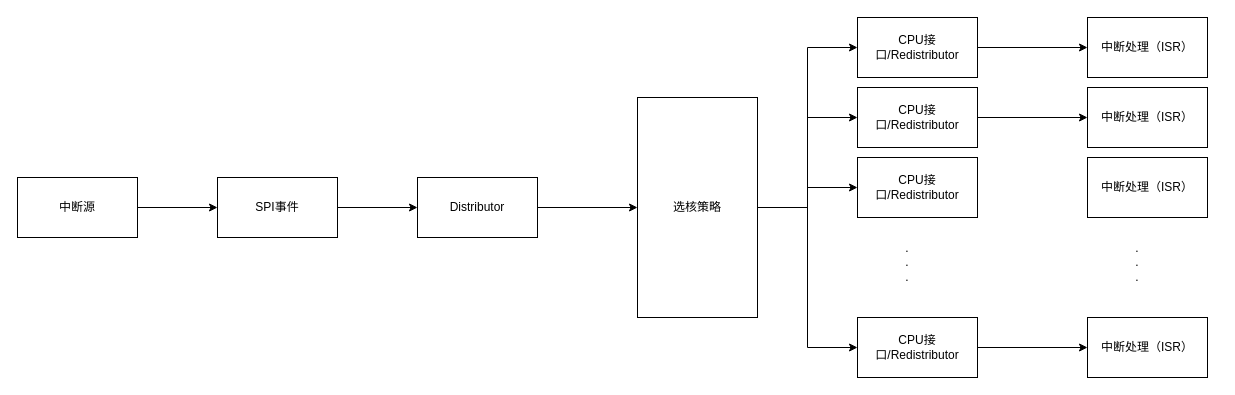
LQ0623/draw_io_picture keeps this draw.io diagram as store_picture/1-of-N.drawio. Above is the earlier version. Source tidied: cells renumbered, new cells numbered last; positions are measured from the earlier drawing's top-left corner, leaving out a move shared by most shapes. Both pictures are drawn from the tidied source at 100%, with x=0, y=0 at pixel (17, 17).
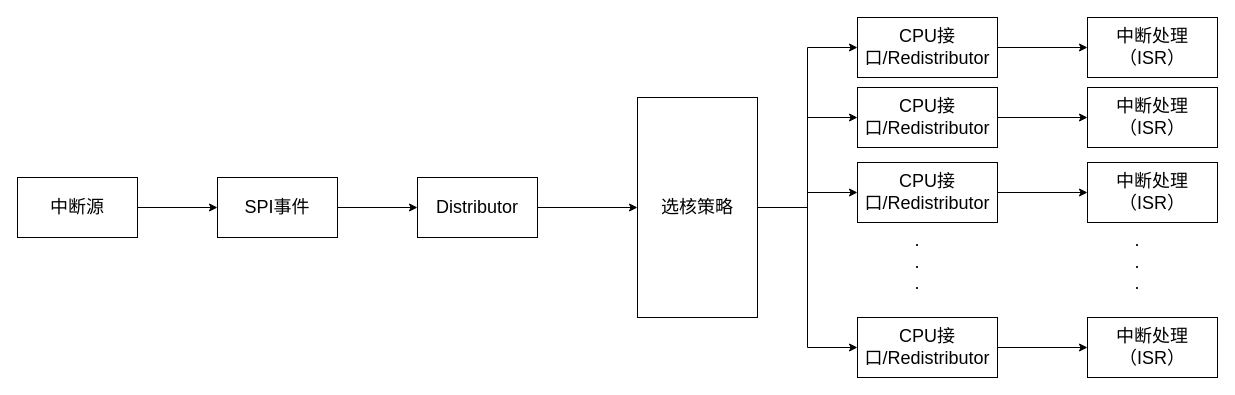
Above is the later version.

What changed in the source:
```diff
@@
-    <mxCell id="2" style="edgeStyle=orthogonalEdgeStyle;rounded=0;jettySize=auto;html=1;exitX=1;exitY=0.5;exitDx=0;exitDy=0;entryX=0;entryY=0.5;entryDx=0;entryDy=0;" parent="1" edge="1" source="3" target="5">
+    <mxCell id="2" style="edgeStyle=orthogonalEdgeStyle;rounded=0;jettySize=auto;html=1;exitX=1;exitY=0.5;exitDx=0;exitDy=0;entryX=0;entryY=0.5;entryDx=0;entryDy=0;fontSize=18;" parent="1" edge="1" source="3" target="5">
       <mxGeometry relative="1" as="geometry" />
     </mxCell>
-    <mxCell id="3" value="中断源" style="rounded=0;whiteSpace=wrap;html=1;" parent="1" vertex="1">
+    <mxCell id="3" value="中断源" style="rounded=0;whiteSpace=wrap;html=1;fontSize=18;" parent="1" vertex="1">
       <mxGeometry y="160" width="120" height="60" as="geometry" />
     </mxCell>
-    <mxCell id="4" style="edgeStyle=orthogonalEdgeStyle;rounded=0;jettySize=auto;html=1;exitX=1;exitY=0.5;exitDx=0;exitDy=0;entryX=0;entryY=0.5;entryDx=0;entryDy=0;" parent="1" edge="1" source="5" target="7">
+    <mxCell id="4" style="edgeStyle=orthogonalEdgeStyle;rounded=0;jettySize=auto;html=1;exitX=1;exitY=0.5;exitDx=0;exitDy=0;entryX=0;entryY=0.5;entryDx=0;entryDy=0;fontSize=18;" parent="1" edge="1" source="5" target="7">
       <mxGeometry relative="1" as="geometry" />
     </mxCell>
-    <mxCell id="5" value="SPI事件" style="rounded=0;whiteSpace=wrap;html=1;" parent="1" vertex="1">
+    <mxCell id="5" value="SPI事件" style="rounded=0;whiteSpace=wrap;html=1;fontSize=18;" parent="1" vertex="1">
       <mxGeometry x="200" y="160" width="120" height="60" as="geometry" />
     </mxCell>
-    <mxCell id="6" style="edgeStyle=orthogonalEdgeStyle;rounded=0;jettySize=auto;html=1;exitX=1;exitY=0.5;exitDx=0;exitDy=0;entryX=0;entryY=0.5;entryDx=0;entryDy=0;" parent="1" edge="1" source="7" target="12">
+    <mxCell id="6" style="edgeStyle=orthogonalEdgeStyle;rounded=0;jettySize=auto;html=1;exitX=1;exitY=0.5;exitDx=0;exitDy=0;entryX=0;entryY=0.5;entryDx=0;entryDy=0;fontSize=18;" parent="1" edge="1" source="7" target="12">
       <mxGeometry relative="1" as="geometry" />
     </mxCell>
-    <mxCell id="7" value="Distributor" style="rounded=0;whiteSpace=wrap;html=1;" parent="1" vertex="1">
+    <mxCell id="7" value="Distributor" style="rounded=0;whiteSpace=wrap;html=1;fontSize=18;" parent="1" vertex="1">
       <mxGeometry x="400" y="160" width="120" height="60" as="geometry" />
     </mxCell>
-    <mxCell id="8" style="edgeStyle=orthogonalEdgeStyle;rounded=0;jettySize=auto;html=1;exitX=1;exitY=0.5;exitDx=0;exitDy=0;entryX=0;entryY=0.5;entryDx=0;entryDy=0;" parent="1" edge="1" source="12" target="15">
+    <mxCell id="8" style="edgeStyle=orthogonalEdgeStyle;rounded=0;jettySize=auto;html=1;exitX=1;exitY=0.5;exitDx=0;exitDy=0;entryX=0;entryY=0.5;entryDx=0;entryDy=0;fontSize=18;" parent="1" edge="1" source="12" target="15">
       <mxGeometry relative="1" as="geometry" />
     </mxCell>
-    <mxCell id="9" style="edgeStyle=orthogonalEdgeStyle;rounded=0;jettySize=auto;html=1;exitX=1;exitY=0.5;exitDx=0;exitDy=0;entryX=0;entryY=0.5;entryDx=0;entryDy=0;" parent="1" edge="1" source="12" target="17">
+    <mxCell id="9" style="edgeStyle=orthogonalEdgeStyle;rounded=0;jettySize=auto;html=1;exitX=1;exitY=0.5;exitDx=0;exitDy=0;entryX=0;entryY=0.5;entryDx=0;entryDy=0;fontSize=18;" parent="1" edge="1" source="12" target="17">
       <mxGeometry relative="1" as="geometry" />
     </mxCell>
-    <mxCell id="10" style="edgeStyle=orthogonalEdgeStyle;rounded=0;jettySize=auto;html=1;exitX=1;exitY=0.5;exitDx=0;exitDy=0;entryX=0;entryY=0.5;entryDx=0;entryDy=0;" parent="1" edge="1" source="12" target="18">
+    <mxCell id="10" style="edgeStyle=orthogonalEdgeStyle;rounded=0;jettySize=auto;html=1;exitX=1;exitY=0.5;exitDx=0;exitDy=0;entryX=0;entryY=0.5;entryDx=0;entryDy=0;fontSize=18;" parent="1" edge="1" source="12" target="18">
       <mxGeometry relative="1" as="geometry" />
     </mxCell>
-    <mxCell id="11" style="edgeStyle=orthogonalEdgeStyle;rounded=0;jettySize=auto;html=1;exitX=1;exitY=0.5;exitDx=0;exitDy=0;entryX=0;entryY=0.5;entryDx=0;entryDy=0;" parent="1" edge="1" source="12" target="20">
+    <mxCell id="11" style="edgeStyle=orthogonalEdgeStyle;rounded=0;jettySize=auto;html=1;exitX=1;exitY=0.5;exitDx=0;exitDy=0;entryX=0;entryY=0.5;entryDx=0;entryDy=0;fontSize=18;" parent="1" edge="1" source="12" target="20">
       <mxGeometry relative="1" as="geometry" />
     </mxCell>
-    <mxCell id="12" style="rounded=0;whiteSpace=wrap;html=1;" parent="1" vertex="1">
+    <mxCell id="12" style="rounded=0;whiteSpace=wrap;html=1;fontSize=18;" parent="1" vertex="1">
       <mxGeometry x="620" y="80" width="120" height="220" as="geometry" />
     </mxCell>
-    <mxCell id="13" value="选核策略" style="text;html=1;whiteSpace=wrap;strokeColor=none;fillColor=none;align=center;verticalAlign=middle;rounded=0;" parent="1" vertex="1">
-      <mxGeometry x="650" y="175" width="60" height="30" as="geometry" />
+    <mxCell id="13" value="选核策略" style="text;html=1;whiteSpace=wrap;strokeColor=none;fillColor=none;align=center;verticalAlign=middle;rounded=0;fontSize=18;" parent="1" vertex="1">
+      <mxGeometry x="640" y="175" width="80" height="30" as="geometry" />
     </mxCell>
-    <mxCell id="14" style="edgeStyle=orthogonalEdgeStyle;rounded=0;jettySize=auto;html=1;exitX=1;exitY=0.5;exitDx=0;exitDy=0;entryX=0;entryY=0.5;entryDx=0;entryDy=0;" parent="1" edge="1" source="15" target="23">
+    <mxCell id="14" style="edgeStyle=orthogonalEdgeStyle;rounded=0;jettySize=auto;html=1;exitX=1;exitY=0.5;exitDx=0;exitDy=0;entryX=0;entryY=0.5;entryDx=0;entryDy=0;fontSize=18;" parent="1" edge="1" source="15" target="23">
       <mxGeometry relative="1" as="geometry" />
     </mxCell>
-    <mxCell id="15" value="CPU接口/Redistributor" style="rounded=0;whiteSpace=wrap;html=1;" parent="1" vertex="1">
-      <mxGeometry x="840" width="120" height="60" as="geometry" />
+    <mxCell id="15" value="CPU接口/Redistributor" style="rounded=0;whiteSpace=wrap;html=1;fontSize=18;" parent="1" vertex="1">
+      <mxGeometry x="840" width="140" height="60" as="geometry" />
     </mxCell>
-    <mxCell id="16" style="edgeStyle=orthogonalEdgeStyle;rounded=0;jettySize=auto;html=1;exitX=1;exitY=0.5;exitDx=0;exitDy=0;entryX=0;entryY=0.5;entryDx=0;entryDy=0;" parent="1" edge="1" source="17" target="24">
+    <mxCell id="16" style="edgeStyle=orthogonalEdgeStyle;rounded=0;jettySize=auto;html=1;exitX=1;exitY=0.5;exitDx=0;exitDy=0;entryX=0;entryY=0.5;entryDx=0;entryDy=0;fontSize=18;" parent="1" edge="1" source="17" target="24">
       <mxGeometry relative="1" as="geometry" />
     </mxCell>
-    <mxCell id="17" value="CPU接口/Redistributor" style="rounded=0;whiteSpace=wrap;html=1;" parent="1" vertex="1">
-      <mxGeometry x="840" y="70" width="120" height="60" as="geometry" />
+    <mxCell id="17" value="CPU接口/Redistributor" style="rounded=0;whiteSpace=wrap;html=1;fontSize=18;" parent="1" vertex="1">
+      <mxGeometry x="840" y="70" width="140" height="60" as="geometry" />
     </mxCell>
+    <mxCell id="29" style="edgeStyle=orthogonalEdgeStyle;rounded=0;jettySize=auto;html=1;exitX=1;exitY=0.5;exitDx=0;exitDy=0;entryX=0;entryY=0.5;entryDx=0;entryDy=0;" parent="1" edge="1" source="18" target="25">
+      <mxGeometry relative="1" as="geometry" />
+    </mxCell>
-    <mxCell id="18" value="CPU接口/Redistributor" style="rounded=0;whiteSpace=wrap;html=1;" parent="1" vertex="1">
-      <mxGeometry x="840" y="140" width="120" height="60" as="geometry" />
+    <mxCell id="18" value="CPU接口/Redistributor" style="rounded=0;whiteSpace=wrap;html=1;fontSize=18;" parent="1" vertex="1">
+      <mxGeometry x="840" y="145" width="140" height="60" as="geometry" />
     </mxCell>
-    <mxCell id="19" style="edgeStyle=orthogonalEdgeStyle;rounded=0;jettySize=auto;html=1;exitX=1;exitY=0.5;exitDx=0;exitDy=0;entryX=0;entryY=0.5;entryDx=0;entryDy=0;" parent="1" edge="1" source="20" target="26">
+    <mxCell id="19" style="edgeStyle=orthogonalEdgeStyle;rounded=0;jettySize=auto;html=1;exitX=1;exitY=0.5;exitDx=0;exitDy=0;entryX=0;entryY=0.5;entryDx=0;entryDy=0;fontSize=18;" parent="1" edge="1" source="20" target="26">
       <mxGeometry relative="1" as="geometry" />
     </mxCell>
-    <mxCell id="20" value="CPU接口/Redistributor" style="rounded=0;whiteSpace=wrap;html=1;" parent="1" vertex="1">
-      <mxGeometry x="840" y="300" width="120" height="60" as="geometry" />
+    <mxCell id="20" value="CPU接口/Redistributor" style="rounded=0;whiteSpace=wrap;html=1;fontSize=18;" parent="1" vertex="1">
+      <mxGeometry x="840" y="300" width="140" height="60" as="geometry" />
     </mxCell>
-    <mxCell id="21" style="edgeStyle=orthogonalEdgeStyle;rounded=0;orthogonalLoop=1;jettySize=auto;html=1;exitX=0.5;exitY=1;exitDx=0;exitDy=0;" parent="1" edge="1" source="17" target="17">
+    <mxCell id="21" style="edgeStyle=orthogonalEdgeStyle;rounded=0;orthogonalLoop=1;jettySize=auto;html=1;exitX=0.5;exitY=1;exitDx=0;exitDy=0;fontSize=18;" parent="1" edge="1" source="17" target="17">
       <mxGeometry relative="1" as="geometry" />
     </mxCell>
-    <mxCell id="22" value=".&lt;div&gt;.&lt;/div&gt;&lt;div&gt;.&lt;/div&gt;" style="text;html=1;whiteSpace=wrap;strokeColor=none;fillColor=none;align=center;verticalAlign=middle;rounded=0;" parent="1" vertex="1">
-      <mxGeometry x="860" y="230" width="60" height="30" as="geometry" />
+    <mxCell id="22" value=".&lt;div&gt;.&lt;/div&gt;&lt;div&gt;.&lt;/div&gt;" style="text;html=1;whiteSpace=wrap;strokeColor=none;fillColor=none;align=center;verticalAlign=middle;rounded=0;fontSize=18;" parent="1" vertex="1">
+      <mxGeometry x="870" y="230" width="60" height="30" as="geometry" />
     </mxCell>
-    <mxCell id="23" value="中断处理（ISR）" style="rounded=0;whiteSpace=wrap;html=1;" parent="1" vertex="1">
-      <mxGeometry x="1070" width="120" height="60" as="geometry" />
+    <mxCell id="23" value="中断处理（ISR）" style="rounded=0;whiteSpace=wrap;html=1;fontSize=18;" parent="1" vertex="1">
+      <mxGeometry x="1070" width="130" height="60" as="geometry" />
     </mxCell>
-    <mxCell id="24" value="中断处理（ISR）" style="rounded=0;whiteSpace=wrap;html=1;" parent="1" vertex="1">
-      <mxGeometry x="1070" y="70" width="120" height="60" as="geometry" />
+    <mxCell id="24" value="中断处理（ISR）" style="rounded=0;whiteSpace=wrap;html=1;fontSize=18;" parent="1" vertex="1">
+      <mxGeometry x="1070" y="70" width="130" height="60" as="geometry" />
     </mxCell>
-    <mxCell id="25" value="中断处理（ISR）" style="rounded=0;whiteSpace=wrap;html=1;" parent="1" vertex="1">
-      <mxGeometry x="1070" y="140" width="120" height="60" as="geometry" />
+    <mxCell id="25" value="中断处理（ISR）" style="rounded=0;whiteSpace=wrap;html=1;fontSize=18;" parent="1" vertex="1">
+      <mxGeometry x="1070" y="145" width="130" height="60" as="geometry" />
     </mxCell>
-    <mxCell id="26" value="中断处理（ISR）" style="rounded=0;whiteSpace=wrap;html=1;" parent="1" vertex="1">
-      <mxGeometry x="1070" y="300" width="120" height="60" as="geometry" />
+    <mxCell id="26" value="中断处理（ISR）" style="rounded=0;whiteSpace=wrap;html=1;fontSize=18;" parent="1" vertex="1">
+      <mxGeometry x="1070" y="300" width="130" height="60" as="geometry" />
     </mxCell>
-    <mxCell id="27" style="edgeStyle=orthogonalEdgeStyle;rounded=0;orthogonalLoop=1;jettySize=auto;html=1;exitX=0.5;exitY=1;exitDx=0;exitDy=0;" parent="1" edge="1" source="24" target="24">
+    <mxCell id="27" style="edgeStyle=orthogonalEdgeStyle;rounded=0;orthogonalLoop=1;jettySize=auto;html=1;exitX=0.5;exitY=1;exitDx=0;exitDy=0;fontSize=18;" parent="1" edge="1" source="24" target="24">
       <mxGeometry relative="1" as="geometry" />
     </mxCell>
-    <mxCell id="28" value=".&lt;div&gt;.&lt;/div&gt;&lt;div&gt;.&lt;/div&gt;" style="text;html=1;whiteSpace=wrap;strokeColor=none;fillColor=none;align=center;verticalAlign=middle;rounded=0;" parent="1" vertex="1">
+    <mxCell id="28" value=".&lt;div&gt;.&lt;/div&gt;&lt;div&gt;.&lt;/div&gt;" style="text;html=1;whiteSpace=wrap;strokeColor=none;fillColor=none;align=center;verticalAlign=middle;rounded=0;fontSize=18;" parent="1" vertex="1">
       <mxGeometry x="1090" y="230" width="60" height="30" as="geometry" />
     </mxCell>
```
